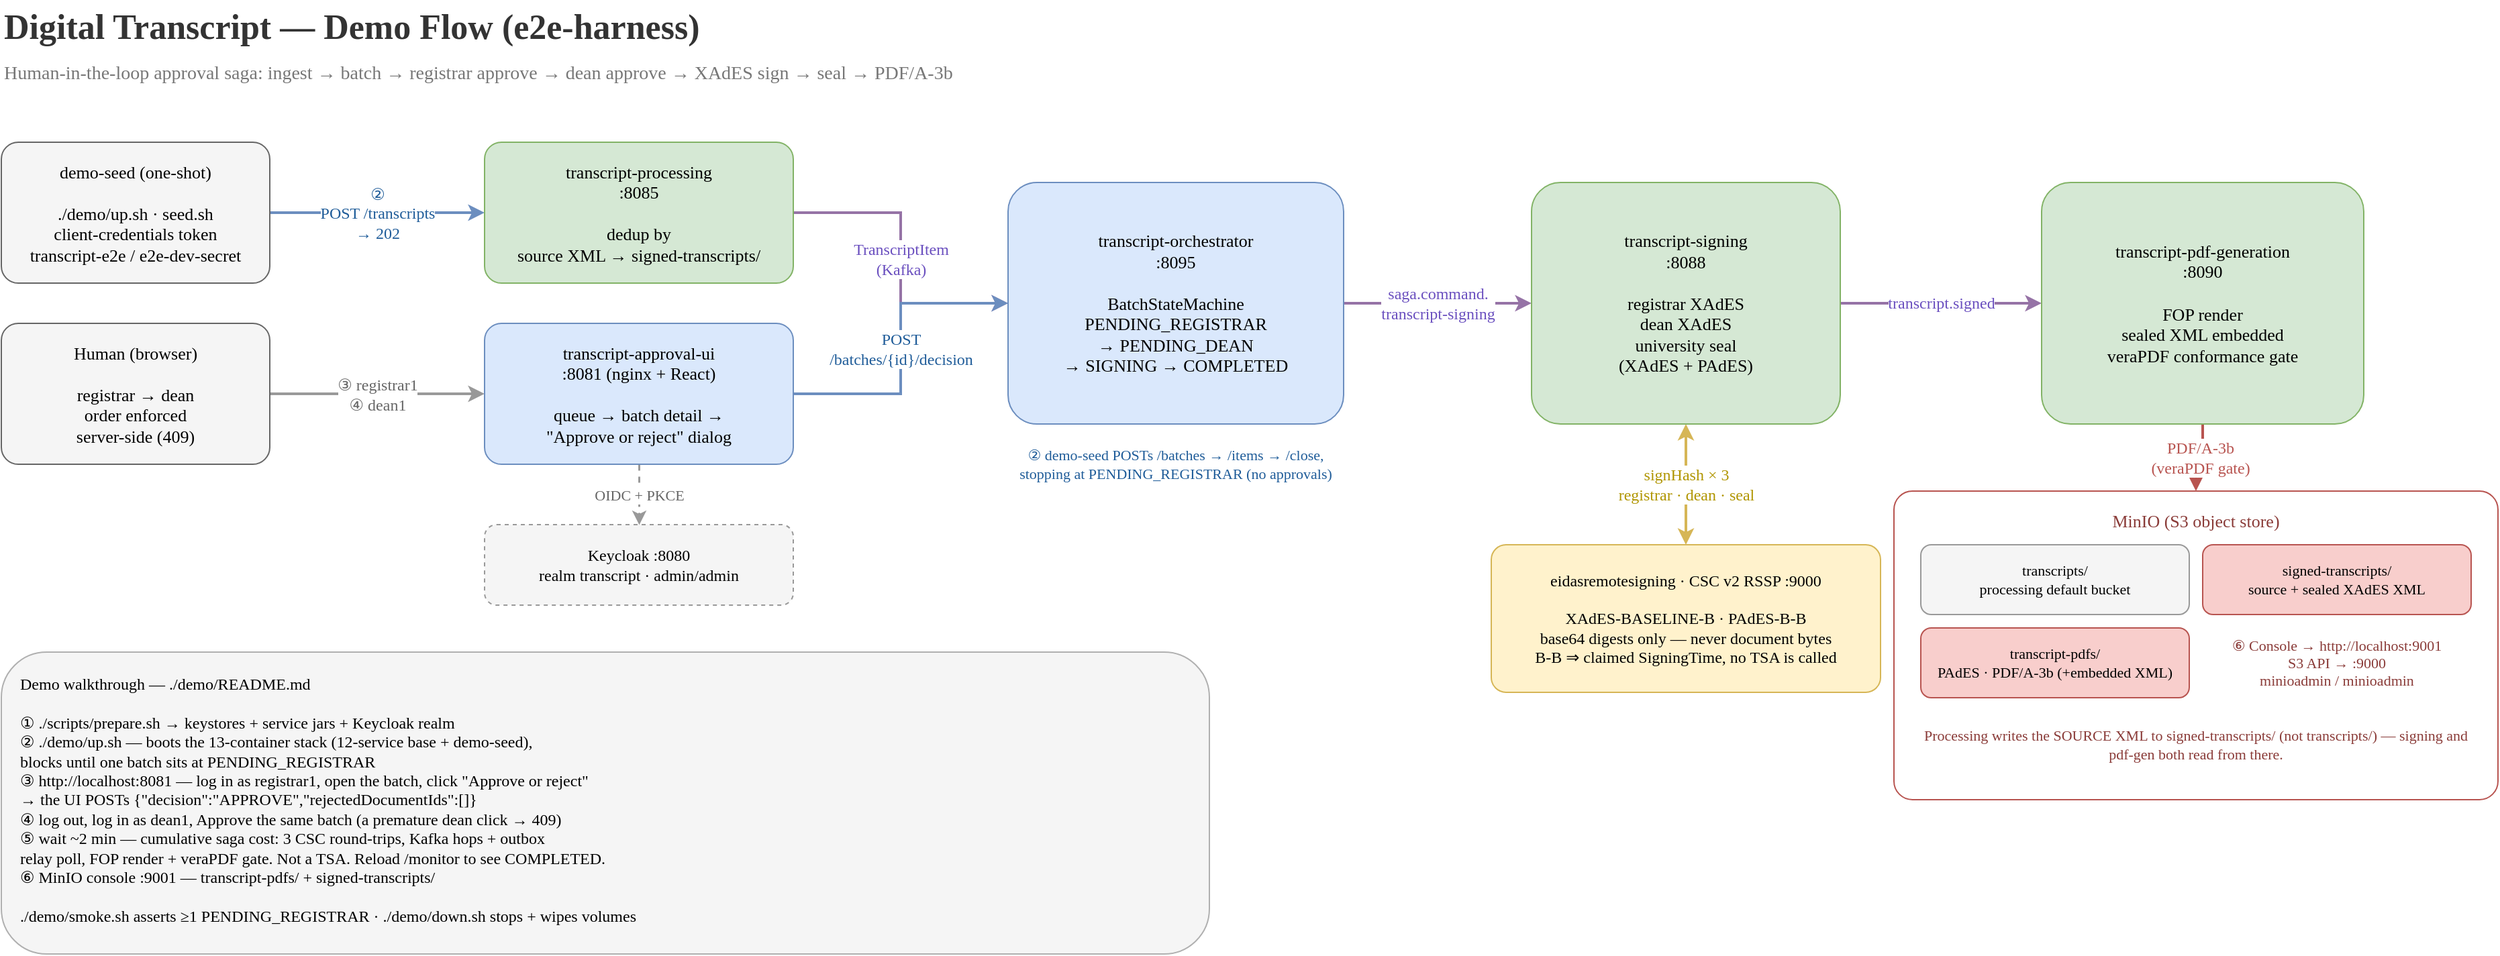
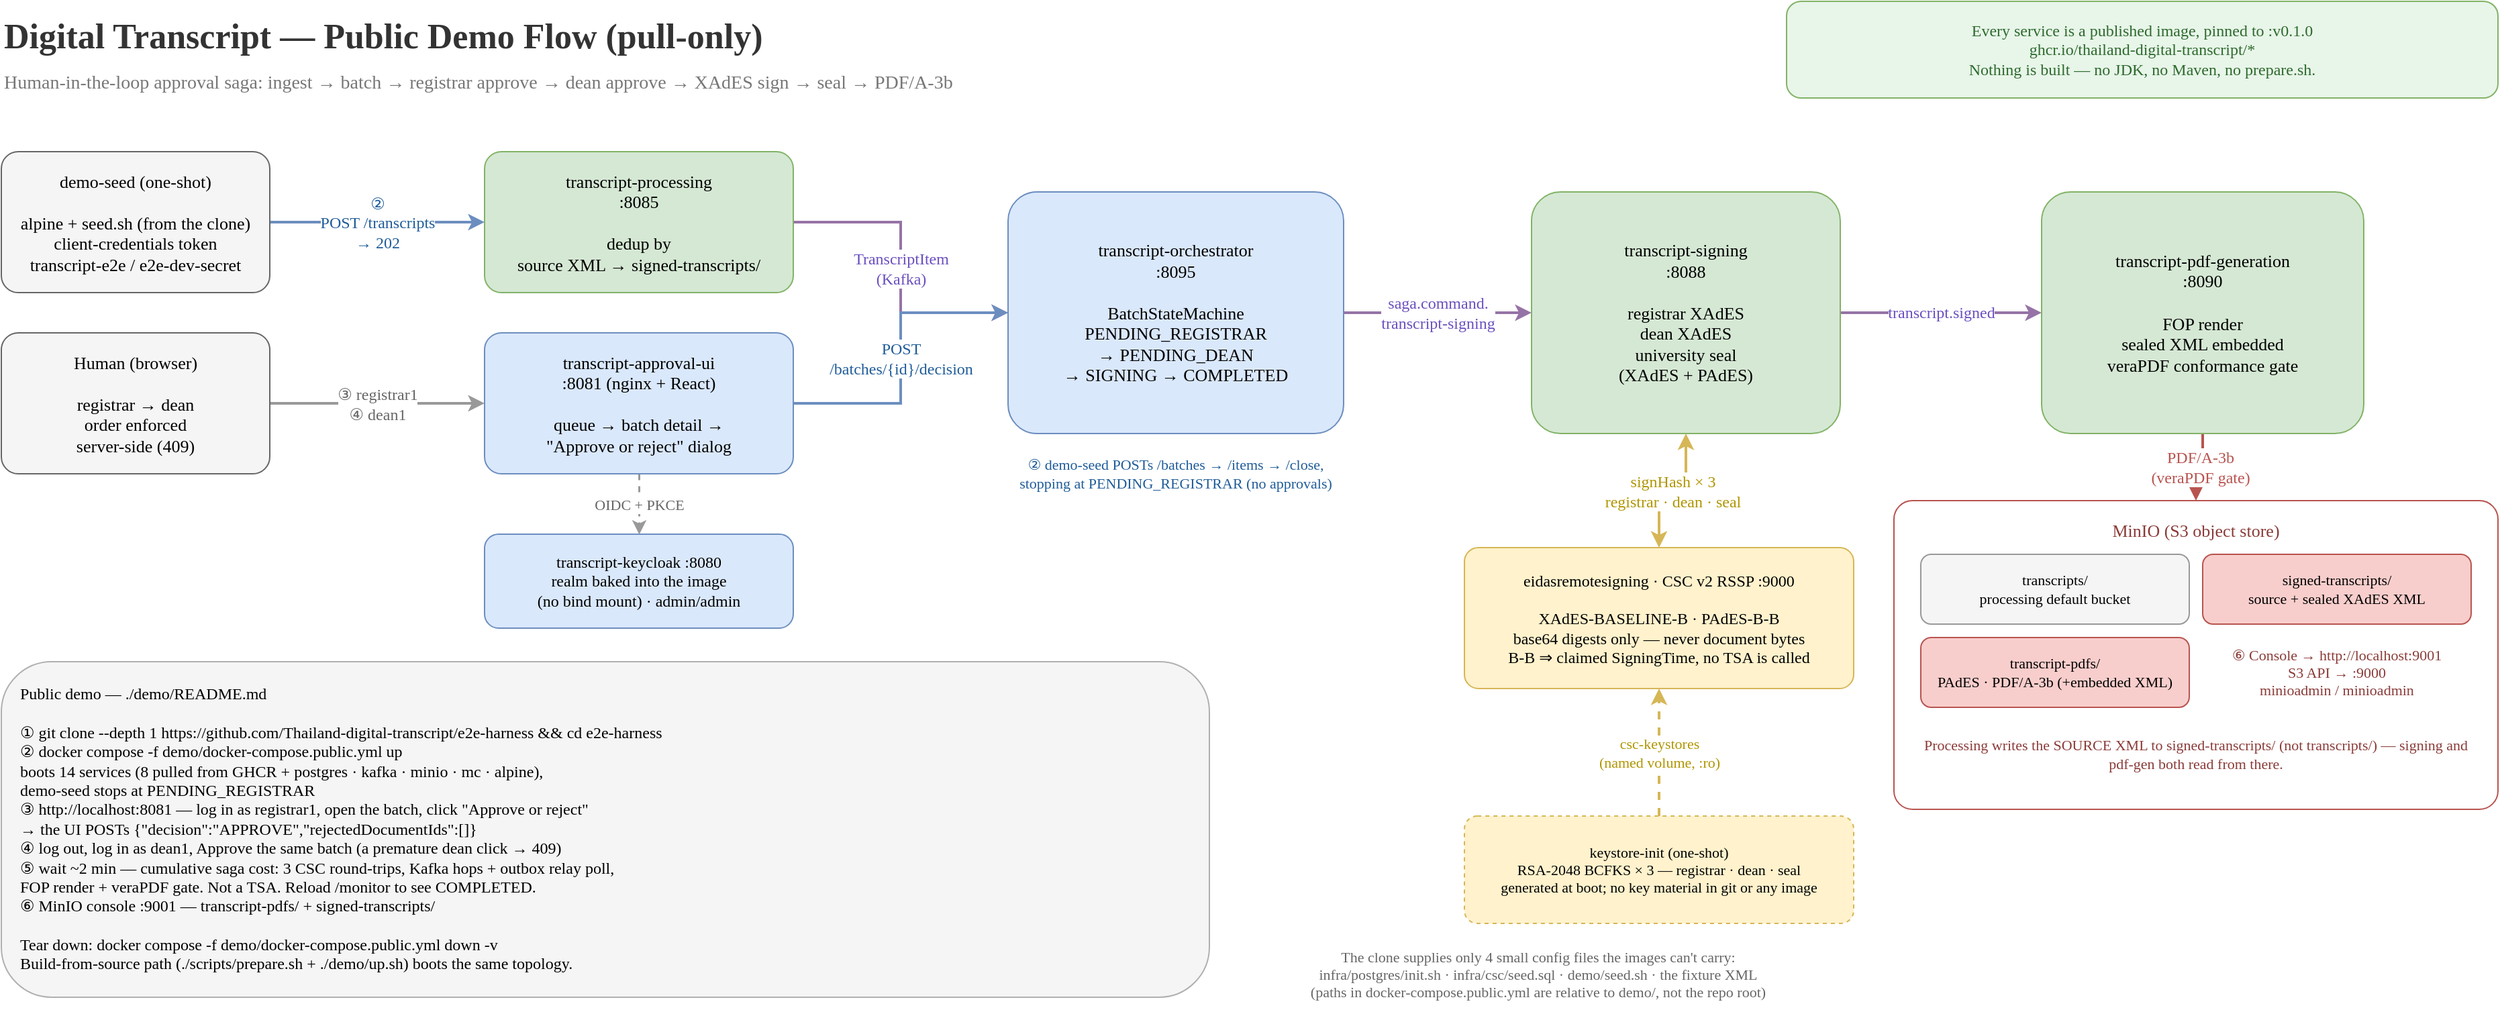
<mxfile host="app.diagrams.net" modified="2026-07-09T00:00:00.000Z" agent="Claude" version="21.0.0">
  <diagram name="Demo-Flow" id="demo-flow">
-     <mxGraphModel dx="1500" dy="820" grid="0" gridSize="10" guides="1" tooltips="1" connect="1" arrows="1" fold="1" page="1" pageScale="1" pageWidth="1960" pageHeight="770" math="0" shadow="0" defaultFontFamily="Noto Sans JP">
+     <mxGraphModel dx="1500" dy="820" grid="0" gridSize="10" guides="1" tooltips="1" connect="1" arrows="1" fold="1" page="1" pageScale="1" pageWidth="1960" pageHeight="790" math="0" shadow="0" defaultFontFamily="Noto Sans JP">
      <root>
        <mxCell id="0" />
        <mxCell id="1" parent="0" />

        <!-- ===== edges (background) ===== -->
        <mxCell id="e_seed_proc" value="②&#10;POST /transcripts&#10;→ 202" style="edgeStyle=orthogonalEdgeStyle;rounded=0;html=1;fontFamily=Noto Sans JP;fontSize=12;fontColor=#1f5c99;strokeColor=#6c8ebf;strokeWidth=2;labelBackgroundColor=#ffffff;" edge="1" parent="1" source="seed" target="proc">
          <mxGeometry relative="1" as="geometry" />
        </mxCell>
        <mxCell id="e_proc_orch" value="TranscriptItem&#10;(Kafka)" style="edgeStyle=orthogonalEdgeStyle;rounded=0;html=1;fontFamily=Noto Sans JP;fontSize=12;fontColor=#6a4fbf;strokeColor=#9673a6;strokeWidth=2;labelBackgroundColor=#ffffff;" edge="1" parent="1" source="proc" target="orch">
          <mxGeometry relative="1" as="geometry" />
        </mxCell>
        <mxCell id="e_human_ui" value="③ registrar1&#10;④ dean1" style="edgeStyle=orthogonalEdgeStyle;rounded=0;html=1;fontFamily=Noto Sans JP;fontSize=12;fontColor=#666666;strokeColor=#999999;strokeWidth=2;labelBackgroundColor=#ffffff;" edge="1" parent="1" source="human" target="ui">
          <mxGeometry relative="1" as="geometry" />
        </mxCell>
        <mxCell id="e_ui_orch" value="POST&#10;/batches/{id}/decision" style="edgeStyle=orthogonalEdgeStyle;rounded=0;html=1;fontFamily=Noto Sans JP;fontSize=12;fontColor=#1f5c99;strokeColor=#6c8ebf;strokeWidth=2;labelBackgroundColor=#ffffff;" edge="1" parent="1" source="ui" target="orch">
          <mxGeometry relative="1" as="geometry" />
        </mxCell>
        <mxCell id="e_ui_kc" value="OIDC + PKCE" style="edgeStyle=orthogonalEdgeStyle;rounded=0;html=1;dashed=1;fontFamily=Noto Sans JP;fontSize=11;fontColor=#666666;strokeColor=#999999;strokeWidth=1.5;labelBackgroundColor=#ffffff;" edge="1" parent="1" source="ui" target="kc">
          <mxGeometry relative="1" as="geometry" />
        </mxCell>
        <mxCell id="e_orch_sign" value="saga.command.&#10;transcript-signing" style="edgeStyle=orthogonalEdgeStyle;rounded=0;html=1;fontFamily=Noto Sans JP;fontSize=12;fontColor=#6a4fbf;strokeColor=#9673a6;strokeWidth=2;labelBackgroundColor=#ffffff;" edge="1" parent="1" source="orch" target="sign">
          <mxGeometry relative="1" as="geometry" />
        </mxCell>
        <mxCell id="e_sign_pdf" value="transcript.signed" style="edgeStyle=orthogonalEdgeStyle;rounded=0;html=1;fontFamily=Noto Sans JP;fontSize=12;fontColor=#6a4fbf;strokeColor=#9673a6;strokeWidth=2;labelBackgroundColor=#ffffff;" edge="1" parent="1" source="sign" target="pdf">
          <mxGeometry relative="1" as="geometry" />
        </mxCell>
        <mxCell id="e_sign_csc" value="signHash × 3&#10;registrar · dean · seal" style="edgeStyle=orthogonalEdgeStyle;rounded=0;html=1;fontFamily=Noto Sans JP;fontSize=12;fontColor=#b09500;startArrow=classic;endArrow=classic;strokeColor=#d6b656;strokeWidth=2;labelBackgroundColor=#ffffff;" edge="1" parent="1" source="sign" target="csc">
          <mxGeometry relative="1" as="geometry" />
        </mxCell>
        <mxCell id="e_pdf_minio" value="PDF/A-3b&#10;(veraPDF gate)" style="edgeStyle=orthogonalEdgeStyle;rounded=0;html=1;fontFamily=Noto Sans JP;fontSize=12;fontColor=#b85450;strokeColor=#b85450;strokeWidth=2;labelBackgroundColor=#ffffff;" edge="1" parent="1" source="pdf" target="minio">
          <mxGeometry relative="1" as="geometry" />
        </mxCell>
+         <mxCell id="e_ks_csc" value="csc-keystores&#10;(named volume, :ro)" style="edgeStyle=orthogonalEdgeStyle;rounded=0;html=1;fontFamily=Noto Sans JP;fontSize=11;fontColor=#b09500;strokeColor=#d6b656;strokeWidth=2;dashed=1;labelBackgroundColor=#ffffff;" edge="1" parent="1" source="ks" target="csc">
+           <mxGeometry relative="1" as="geometry" />
+         </mxCell>

        <!-- ===== seed lane ===== -->
-         <mxCell id="seed" value="demo-seed  (one-shot)&#10;&#10;./demo/up.sh · seed.sh&#10;client-credentials token&#10;transcript-e2e / e2e-dev-secret" style="rounded=1;whiteSpace=wrap;html=1;fontFamily=Noto Sans JP;fontSize=13;arcSize=12;fillColor=#f5f5f5;strokeColor=#666666;" vertex="1" parent="1">
+         <mxCell id="seed" value="demo-seed  (one-shot)&#10;&#10;alpine + seed.sh (from the clone)&#10;client-credentials token&#10;transcript-e2e / e2e-dev-secret" style="rounded=1;whiteSpace=wrap;html=1;fontFamily=Noto Sans JP;fontSize=13;arcSize=12;fillColor=#f5f5f5;strokeColor=#666666;" vertex="1" parent="1">
          <mxGeometry x="40" y="130" width="200" height="105" as="geometry" />
        </mxCell>
        <mxCell id="proc" value="transcript-processing&#10;:8085&#10;&#10;dedup by &lt;tc:TranscriptID&gt;&#10;source XML → signed-transcripts/" style="rounded=1;whiteSpace=wrap;html=1;fontFamily=Noto Sans JP;fontSize=13;arcSize=12;fillColor=#d5e8d4;strokeColor=#82b366;" vertex="1" parent="1">
          <mxGeometry x="400" y="130" width="230" height="105" as="geometry" />
        </mxCell>

        <!-- ===== human lane ===== -->
        <mxCell id="human" value="Human (browser)&#10;&#10;registrar → dean&#10;order enforced&#10;server-side (409)" style="rounded=1;whiteSpace=wrap;html=1;fontFamily=Noto Sans JP;fontSize=13;arcSize=12;fillColor=#f5f5f5;strokeColor=#666666;" vertex="1" parent="1">
          <mxGeometry x="40" y="265" width="200" height="105" as="geometry" />
        </mxCell>
        <mxCell id="ui" value="transcript-approval-ui&#10;:8081  (nginx + React)&#10;&#10;queue → batch detail →&#10;&quot;Approve or reject&quot; dialog" style="rounded=1;whiteSpace=wrap;html=1;fontFamily=Noto Sans JP;fontSize=13;arcSize=12;fillColor=#dae8fc;strokeColor=#6c8ebf;" vertex="1" parent="1">
          <mxGeometry x="400" y="265" width="230" height="105" as="geometry" />
        </mxCell>
-         <mxCell id="kc" value="Keycloak :8080&#10;realm transcript · admin/admin" style="rounded=1;whiteSpace=wrap;html=1;fontFamily=Noto Sans JP;fontSize=12;arcSize=15;fillColor=#f5f5f5;strokeColor=#999999;dashed=1;" vertex="1" parent="1">
-           <mxGeometry x="400" y="415" width="230" height="60" as="geometry" />
+         <mxCell id="kc" value="transcript-keycloak :8080&#10;realm baked into the image&#10;(no bind mount) · admin/admin" style="rounded=1;whiteSpace=wrap;html=1;fontFamily=Noto Sans JP;fontSize=12;arcSize=15;fillColor=#dae8fc;strokeColor=#6c8ebf;" vertex="1" parent="1">
+           <mxGeometry x="400" y="415" width="230" height="70" as="geometry" />
        </mxCell>

        <!-- ===== saga row ===== -->
        <mxCell id="orch" value="transcript-orchestrator&#10;:8095&#10;&#10;BatchStateMachine&#10;PENDING_REGISTRAR&#10;→ PENDING_DEAN&#10;→ SIGNING → COMPLETED" style="rounded=1;whiteSpace=wrap;html=1;fontFamily=Noto Sans JP;fontSize=13;arcSize=12;fillColor=#dae8fc;strokeColor=#6c8ebf;" vertex="1" parent="1">
          <mxGeometry x="790" y="160" width="250" height="180" as="geometry" />
        </mxCell>
        <mxCell id="orch_note" value="②  demo-seed POSTs /batches → /items → /close,&#10;stopping at PENDING_REGISTRAR (no approvals)" style="text;html=1;strokeColor=none;fillColor=none;align=center;verticalAlign=middle;whiteSpace=wrap;fontFamily=Noto Sans JP;fontSize=11;fontColor=#1f5c99;" vertex="1" parent="1">
          <mxGeometry x="770" y="350" width="290" height="40" as="geometry" />
        </mxCell>

        <mxCell id="sign" value="transcript-signing&#10;:8088&#10;&#10;registrar XAdES&#10;dean XAdES&#10;university seal&#10;(XAdES + PAdES)" style="rounded=1;whiteSpace=wrap;html=1;fontFamily=Noto Sans JP;fontSize=13;arcSize=12;fillColor=#d5e8d4;strokeColor=#82b366;" vertex="1" parent="1">
          <mxGeometry x="1180" y="160" width="230" height="180" as="geometry" />
        </mxCell>
        <mxCell id="pdf" value="transcript-pdf-generation&#10;:8090&#10;&#10;FOP render&#10;sealed XML embedded&#10;veraPDF conformance gate" style="rounded=1;whiteSpace=wrap;html=1;fontFamily=Noto Sans JP;fontSize=13;arcSize=12;fillColor=#d5e8d4;strokeColor=#82b366;" vertex="1" parent="1">
          <mxGeometry x="1560" y="160" width="240" height="180" as="geometry" />
        </mxCell>

        <!-- ===== CSC signing service ===== -->
        <mxCell id="csc" value="eidasremotesigning · CSC v2 RSSP  :9000&#10;&#10;XAdES-BASELINE-B  ·  PAdES-B-B&#10;base64 digests only — never document bytes&#10;B-B ⇒ claimed SigningTime, no TSA is called" style="rounded=1;whiteSpace=wrap;html=1;fontFamily=Noto Sans JP;fontSize=12;arcSize=10;fillColor=#fff2cc;strokeColor=#d6b656;" vertex="1" parent="1">
-           <mxGeometry x="1150" y="430" width="290" height="110" as="geometry" />
+           <mxGeometry x="1130" y="425" width="290" height="105" as="geometry" />
+         </mxCell>
+ 
+         <!-- ===== keystore-init (new in the public path) ===== -->
+         <mxCell id="ks" value="keystore-init  (one-shot)&#10;RSA-2048 BCFKS × 3 — registrar · dean · seal&#10;generated at boot; no key material in git or any image" style="rounded=1;whiteSpace=wrap;html=1;fontFamily=Noto Sans JP;fontSize=11;arcSize=12;fillColor=#fff2cc;strokeColor=#d6b656;dashed=1;" vertex="1" parent="1">
+           <mxGeometry x="1130" y="625" width="290" height="80" as="geometry" />
        </mxCell>

        <!-- ===== MinIO buckets ===== -->
        <mxCell id="minio" value="MinIO (S3 object store)" style="rounded=1;whiteSpace=wrap;html=1;fontFamily=Noto Sans JP;fontSize=13;fontColor=#8a3b38;arcSize=6;fillColor=#ffffff;strokeColor=#b85450;verticalAlign=top;spacingTop=8;" vertex="1" parent="1">
          <mxGeometry x="1450" y="390" width="450" height="230" as="geometry" />
        </mxCell>
        <mxCell id="bkt_in" value="transcripts/&#10;processing default bucket" style="rounded=1;whiteSpace=wrap;html=1;fontFamily=Noto Sans JP;fontSize=11;arcSize=15;fillColor=#f5f5f5;strokeColor=#999999;" vertex="1" parent="1">
          <mxGeometry x="1470" y="430" width="200" height="52" as="geometry" />
        </mxCell>
        <mxCell id="bkt_xml" value="signed-transcripts/&#10;source + sealed XAdES XML" style="rounded=1;whiteSpace=wrap;html=1;fontFamily=Noto Sans JP;fontSize=11;arcSize=15;fillColor=#f8cecc;strokeColor=#b85450;" vertex="1" parent="1">
          <mxGeometry x="1680" y="430" width="200" height="52" as="geometry" />
        </mxCell>
        <mxCell id="bkt_pdf" value="transcript-pdfs/&#10;PAdES · PDF/A-3b (+embedded XML)" style="rounded=1;whiteSpace=wrap;html=1;fontFamily=Noto Sans JP;fontSize=11;arcSize=15;fillColor=#f8cecc;strokeColor=#b85450;" vertex="1" parent="1">
          <mxGeometry x="1470" y="492" width="200" height="52" as="geometry" />
        </mxCell>
        <mxCell id="minio_note" value="⑥ Console → http://localhost:9001&#10;S3 API → :9000&#10;minioadmin / minioadmin" style="text;html=1;strokeColor=none;fillColor=none;align=center;verticalAlign=middle;whiteSpace=wrap;fontFamily=Noto Sans JP;fontSize=11;fontColor=#8a3b38;" vertex="1" parent="1">
          <mxGeometry x="1680" y="492" width="200" height="52" as="geometry" />
        </mxCell>
        <mxCell id="minio_note2" value="Processing writes the SOURCE XML to signed-transcripts/ (not transcripts/) — signing and pdf-gen both read from there." style="text;html=1;strokeColor=none;fillColor=none;align=center;verticalAlign=middle;whiteSpace=wrap;fontFamily=Noto Sans JP;fontSize=11;fontColor=#8a3b38;" vertex="1" parent="1">
          <mxGeometry x="1470" y="554" width="410" height="50" as="geometry" />
        </mxCell>

        <!-- ===== titles ===== -->
-         <mxCell id="t_title" value="Digital Transcript — Demo Flow (e2e-harness)" style="text;html=1;strokeColor=none;fillColor=none;align=left;verticalAlign=middle;whiteSpace=wrap;fontFamily=Noto Sans JP;fontSize=26;fontStyle=1;fontColor=#333333;" vertex="1" parent="1">
+         <mxCell id="t_title" value="Digital Transcript — Public Demo Flow (pull-only)" style="text;html=1;strokeColor=none;fillColor=none;align=left;verticalAlign=middle;whiteSpace=wrap;fontFamily=Noto Sans JP;fontSize=26;fontStyle=1;fontColor=#333333;" vertex="1" parent="1">
          <mxGeometry x="40" y="24" width="1100" height="40" as="geometry" />
        </mxCell>
        <mxCell id="t_sub" value="Human-in-the-loop approval saga:  ingest → batch → registrar approve → dean approve → XAdES sign → seal → PDF/A-3b" style="text;html=1;strokeColor=none;fillColor=none;align=left;verticalAlign=middle;whiteSpace=wrap;fontFamily=Noto Sans JP;fontSize=14;fontColor=#777777;" vertex="1" parent="1">
          <mxGeometry x="40" y="66" width="1200" height="26" as="geometry" />
        </mxCell>
+         <mxCell id="t_badge" value="Every service is a published image, pinned to :v0.1.0&#10;ghcr.io/thailand-digital-transcript/*&#10;Nothing is built — no JDK, no Maven, no prepare.sh." style="rounded=1;whiteSpace=wrap;html=1;fontFamily=Noto Sans JP;fontSize=12;fontColor=#2d6a2d;align=center;verticalAlign=middle;fillColor=#e8f5e9;strokeColor=#82b366;arcSize=15;spacingLeft=8;spacingRight=8;" vertex="1" parent="1">
+           <mxGeometry x="1370" y="18" width="530" height="72" as="geometry" />
+         </mxCell>

        <!-- ===== walkthrough legend ===== -->
-         <mxCell id="legend" value="Demo walkthrough — ./demo/README.md&#10;&#10;①  ./scripts/prepare.sh  → keystores + service jars + Keycloak realm&#10;②  ./demo/up.sh  — boots the 13-container stack (12-service base + demo-seed),&#10;      blocks until one batch sits at PENDING_REGISTRAR&#10;③  http://localhost:8081  — log in as registrar1, open the batch, click &quot;Approve or reject&quot;&#10;      → the UI POSTs {&quot;decision&quot;:&quot;APPROVE&quot;,&quot;rejectedDocumentIds&quot;:[]}&#10;④  log out, log in as dean1, Approve the same batch (a premature dean click → 409)&#10;⑤  wait ~2 min — cumulative saga cost: 3 CSC round-trips, Kafka hops + outbox&#10;      relay poll, FOP render + veraPDF gate.  Not a TSA.  Reload /monitor to see COMPLETED.&#10;⑥  MinIO console :9001  — transcript-pdfs/ + signed-transcripts/&#10;&#10;./demo/smoke.sh  asserts ≥1 PENDING_REGISTRAR   ·   ./demo/down.sh  stops + wipes volumes" style="rounded=1;whiteSpace=wrap;html=1;fontFamily=Noto Sans JP;fontSize=12;align=left;verticalAlign=top;spacingLeft=12;spacingTop=10;fillColor=#f5f5f5;strokeColor=#b0b0b0;" vertex="1" parent="1">
-           <mxGeometry x="40" y="510" width="900" height="225" as="geometry" />
+         <mxCell id="legend" value="Public demo — ./demo/README.md&#10;&#10;①  git clone --depth 1 https://github.com/Thailand-digital-transcript/e2e-harness  &amp;&amp;  cd e2e-harness&#10;②  docker compose -f demo/docker-compose.public.yml up&#10;      boots 14 services (8 pulled from GHCR + postgres · kafka · minio · mc · alpine),&#10;      demo-seed stops at PENDING_REGISTRAR&#10;③  http://localhost:8081  — log in as registrar1, open the batch, click &quot;Approve or reject&quot;&#10;      → the UI POSTs {&quot;decision&quot;:&quot;APPROVE&quot;,&quot;rejectedDocumentIds&quot;:[]}&#10;④  log out, log in as dean1, Approve the same batch (a premature dean click → 409)&#10;⑤  wait ~2 min — cumulative saga cost: 3 CSC round-trips, Kafka hops + outbox relay poll,&#10;      FOP render + veraPDF gate.  Not a TSA.  Reload /monitor to see COMPLETED.&#10;⑥  MinIO console :9001  — transcript-pdfs/ + signed-transcripts/&#10;&#10;Tear down:  docker compose -f demo/docker-compose.public.yml down -v&#10;Build-from-source path (./scripts/prepare.sh + ./demo/up.sh) boots the same topology." style="rounded=1;whiteSpace=wrap;html=1;fontFamily=Noto Sans JP;fontSize=12;align=left;verticalAlign=top;spacingLeft=12;spacingTop=10;fillColor=#f5f5f5;strokeColor=#b0b0b0;" vertex="1" parent="1">
+           <mxGeometry x="40" y="510" width="900" height="250" as="geometry" />
+         </mxCell>
+ 
+         <!-- ===== clone-supplied files note ===== -->
+         <mxCell id="clone_note" value="The clone supplies only 4 small config files the images can't carry:&#10;infra/postgres/init.sh  ·  infra/csc/seed.sql  ·  demo/seed.sh  ·  the fixture XML&#10;(paths in docker-compose.public.yml are relative to demo/, not the repo root)" style="text;html=1;strokeColor=none;fillColor=none;align=center;verticalAlign=middle;whiteSpace=wrap;fontFamily=Noto Sans JP;fontSize=11;fontColor=#666666;" vertex="1" parent="1">
+           <mxGeometry x="960" y="715" width="450" height="55" as="geometry" />
        </mxCell>
      </root>
    </mxGraphModel>
  </diagram>
</mxfile>
